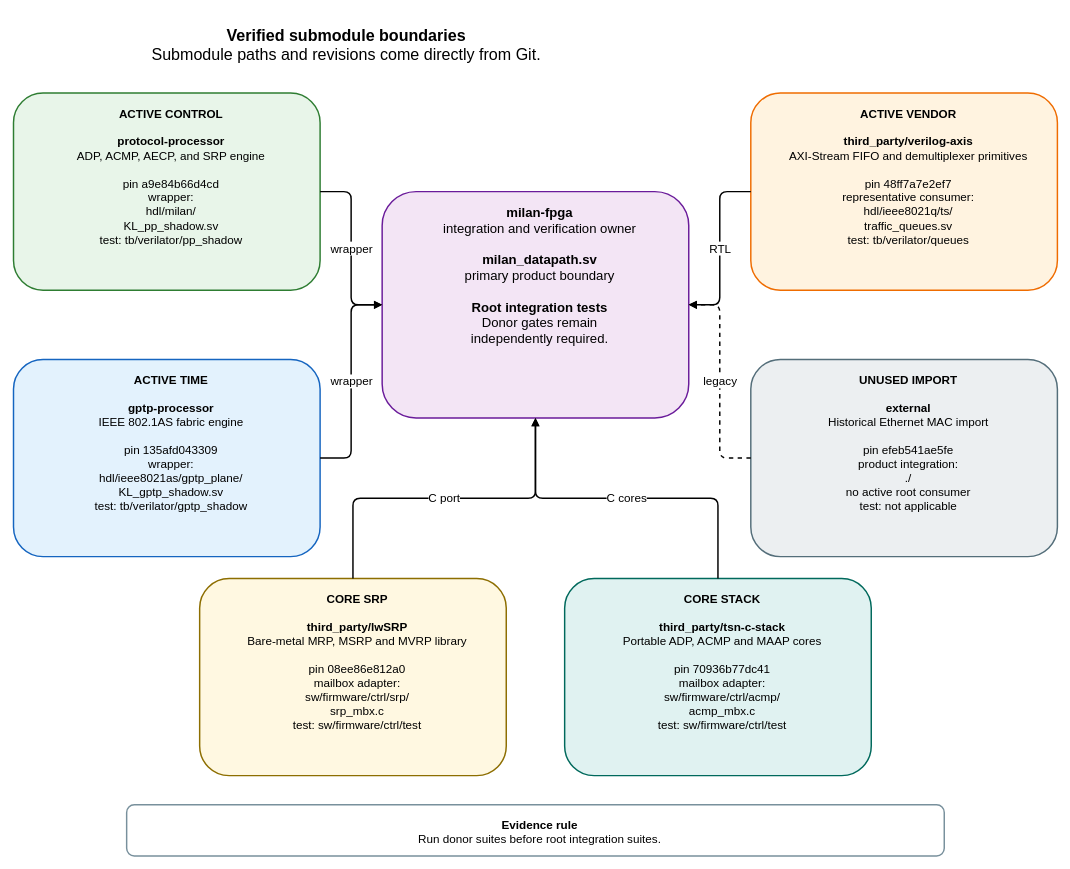
Before: docs/diagrams/submodule_boundaries.drawio in kebag-logic/milan-fpga, a draw.io diagram. Source tidied: cells renumbered, new cells numbered last; positions are measured from the earlier drawing's top-left corner, leaving out a move shared by most shapes. Both pictures are drawn from the tidied source at 73%, with x=0, y=0 at pixel (13, 12).
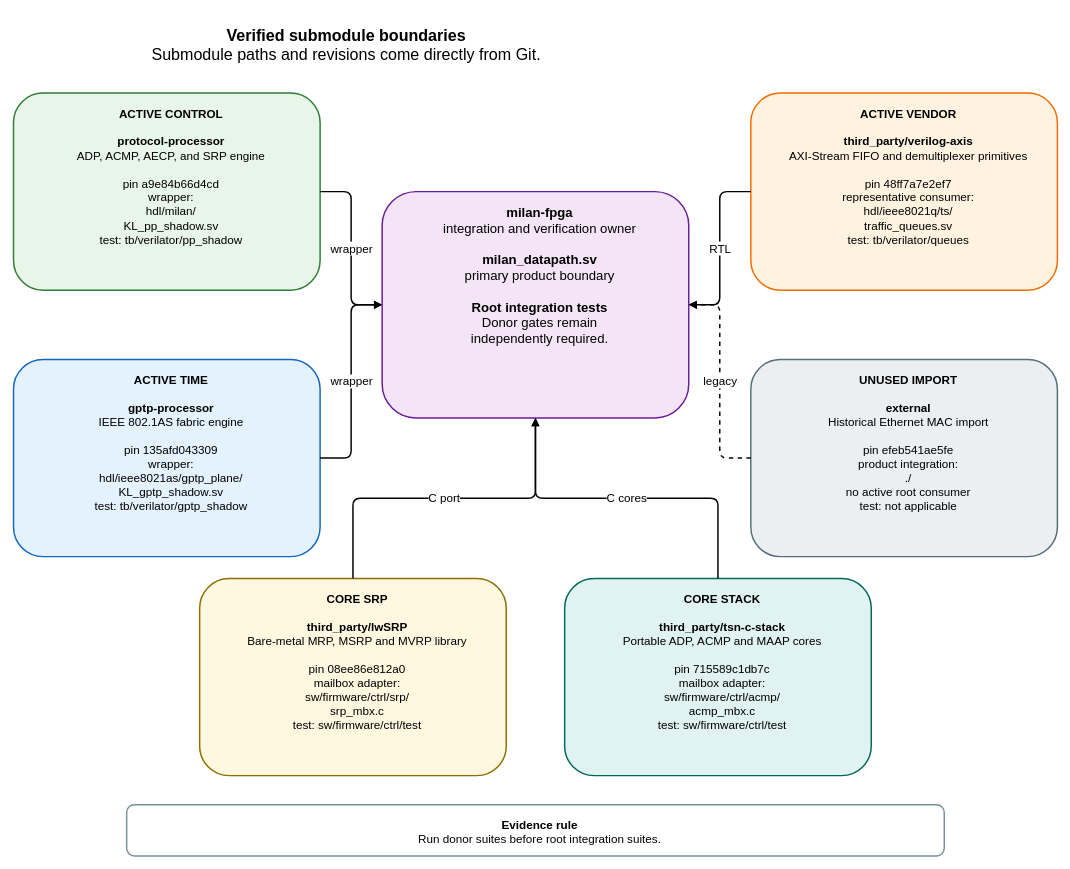
After the change.

Commit message (it also covers changes not shown here):
Name tsn-c-stack 715589c in the submodule reference, its diagram and the firmware's links, and the helpers the size fixture now reaches (#665)

Change to the diagram source:
```diff
@@
 <mxGraphModel>
   <root>
     <mxCell id="0" />
     <mxCell id="1" parent="0" />
     <mxCell id="2" value="&lt;b&gt;Verified submodule boundaries&lt;/b&gt;&lt;br&gt;Submodule paths and revisions come directly from Git." style="rounded=1;whiteSpace=wrap;html=1;verticalAlign=top;spacingTop=12;spacingLeft=12;fontSize=22;fontFamily=Helvetica;fillColor=none;strokeColor=none;strokeWidth=2;" parent="1" vertex="1">
       <mxGeometry width="900" height="65" as="geometry" />
     </mxCell>
     <mxCell id="3" value="&lt;b&gt;milan-fpga&lt;/b&gt;&lt;br&gt;integration and verification owner&lt;br&gt;&lt;br&gt;&lt;b&gt;milan_datapath.sv&lt;/b&gt;&lt;br&gt;primary product boundary&lt;br&gt;&lt;br&gt;&lt;b&gt;Root integration tests&lt;/b&gt;&lt;br&gt;Donor gates remain&lt;br&gt;independently required." style="rounded=1;whiteSpace=wrap;html=1;verticalAlign=top;spacingTop=12;spacingLeft=12;fontSize=18;fontFamily=Helvetica;fillColor=#F3E5F5;strokeColor=#6A1B9A;strokeWidth=2;" parent="1" vertex="1">
       <mxGeometry x="505" y="245" width="420" height="310" as="geometry" />
     </mxCell>
     <mxCell id="4" value="&lt;b&gt;ACTIVE CONTROL&lt;/b&gt;&lt;br&gt;&lt;br&gt;&lt;b&gt;protocol-processor&lt;/b&gt;&lt;br&gt;ADP, ACMP, AECP, and SRP engine&lt;br&gt;&lt;br&gt;pin a9e84b66d4cd&lt;br&gt;wrapper:&lt;br&gt;hdl/milan/&lt;br&gt;KL_pp_shadow.sv&lt;br&gt;test: tb/verilator/pp_shadow" style="rounded=1;whiteSpace=wrap;html=1;verticalAlign=top;spacingTop=12;spacingLeft=12;fontSize=16;fontFamily=Helvetica;fillColor=#E8F5E9;strokeColor=#2E7D32;strokeWidth=2;" parent="1" vertex="1">
       <mxGeometry y="110" width="420" height="270" as="geometry" />
     </mxCell>
     <mxCell id="5" value="&lt;b&gt;ACTIVE TIME&lt;/b&gt;&lt;br&gt;&lt;br&gt;&lt;b&gt;gptp-processor&lt;/b&gt;&lt;br&gt;IEEE 802.1AS fabric engine&lt;br&gt;&lt;br&gt;pin 135afd043309&lt;br&gt;wrapper:&lt;br&gt;hdl/ieee8021as/gptp_plane/&lt;br&gt;KL_gptp_shadow.sv&lt;br&gt;test: tb/verilator/gptp_shadow" style="rounded=1;whiteSpace=wrap;html=1;verticalAlign=top;spacingTop=12;spacingLeft=12;fontSize=16;fontFamily=Helvetica;fillColor=#E3F2FD;strokeColor=#1565C0;strokeWidth=2;" parent="1" vertex="1">
       <mxGeometry y="475" width="420" height="270" as="geometry" />
     </mxCell>
     <mxCell id="6" value="&lt;b&gt;ACTIVE VENDOR&lt;/b&gt;&lt;br&gt;&lt;br&gt;&lt;b&gt;third_party/verilog-axis&lt;/b&gt;&lt;br&gt;AXI-Stream FIFO and demultiplexer primitives&lt;br&gt;&lt;br&gt;pin 48ff7a7e2ef7&lt;br&gt;representative consumer:&lt;br&gt;hdl/ieee8021q/ts/&lt;br&gt;traffic_queues.sv&lt;br&gt;test: tb/verilator/queues" style="rounded=1;whiteSpace=wrap;html=1;verticalAlign=top;spacingTop=12;spacingLeft=12;fontSize=16;fontFamily=Helvetica;fillColor=#FFF3E0;strokeColor=#EF6C00;strokeWidth=2;" parent="1" vertex="1">
       <mxGeometry x="1010" y="110" width="420" height="270" as="geometry" />
     </mxCell>
     <mxCell id="7" value="&lt;b&gt;UNUSED IMPORT&lt;/b&gt;&lt;br&gt;&lt;br&gt;&lt;b&gt;external&lt;/b&gt;&lt;br&gt;Historical Ethernet MAC import&lt;br&gt;&lt;br&gt;pin efeb541ae5fe&lt;br&gt;product integration:&lt;br&gt;./&lt;br&gt;no active root consumer&lt;br&gt;test: not applicable" style="rounded=1;whiteSpace=wrap;html=1;verticalAlign=top;spacingTop=12;spacingLeft=12;fontSize=16;fontFamily=Helvetica;fillColor=#ECEFF1;strokeColor=#546E7A;strokeWidth=2;" parent="1" vertex="1">
       <mxGeometry x="1010" y="475" width="420" height="270" as="geometry" />
     </mxCell>
     <mxCell id="8" value="&lt;b&gt;CORE SRP&lt;/b&gt;&lt;br&gt;&lt;br&gt;&lt;b&gt;third_party/lwSRP&lt;/b&gt;&lt;br&gt;Bare-metal MRP, MSRP and MVRP library&lt;br&gt;&lt;br&gt;pin 08ee86e812a0&lt;br&gt;mailbox adapter:&lt;br&gt;sw/firmware/ctrl/srp/&lt;br&gt;srp_mbx.c&lt;br&gt;test: sw/firmware/ctrl/test" style="rounded=1;whiteSpace=wrap;html=1;verticalAlign=top;spacingTop=12;spacingLeft=12;fontSize=16;fontFamily=Helvetica;fillColor=#FFF8E1;strokeColor=#8D6E00;strokeWidth=2;" parent="1" vertex="1">
       <mxGeometry x="255" y="775" width="420" height="270" as="geometry" />
     </mxCell>
-    <mxCell id="9" value="&lt;b&gt;CORE STACK&lt;/b&gt;&lt;br&gt;&lt;br&gt;&lt;b&gt;third_party/tsn-c-stack&lt;/b&gt;&lt;br&gt;Portable ADP, ACMP and MAAP cores&lt;br&gt;&lt;br&gt;pin 70936b77dc41&lt;br&gt;mailbox adapter:&lt;br&gt;sw/firmware/ctrl/acmp/&lt;br&gt;acmp_mbx.c&lt;br&gt;test: sw/firmware/ctrl/test" style="rounded=1;whiteSpace=wrap;html=1;verticalAlign=top;spacingTop=12;spacingLeft=12;fontSize=16;fontFamily=Helvetica;fillColor=#E0F2F1;strokeColor=#00695C;strokeWidth=2;" parent="1" vertex="1">
+    <mxCell id="9" value="&lt;b&gt;CORE STACK&lt;/b&gt;&lt;br&gt;&lt;br&gt;&lt;b&gt;third_party/tsn-c-stack&lt;/b&gt;&lt;br&gt;Portable ADP, ACMP and MAAP cores&lt;br&gt;&lt;br&gt;pin 715589c1db7c&lt;br&gt;mailbox adapter:&lt;br&gt;sw/firmware/ctrl/acmp/&lt;br&gt;acmp_mbx.c&lt;br&gt;test: sw/firmware/ctrl/test" style="rounded=1;whiteSpace=wrap;html=1;verticalAlign=top;spacingTop=12;spacingLeft=12;fontSize=16;fontFamily=Helvetica;fillColor=#E0F2F1;strokeColor=#00695C;strokeWidth=2;" parent="1" vertex="1">
       <mxGeometry x="755" y="775" width="420" height="270" as="geometry" />
     </mxCell>
     <mxCell id="10" value="wrapper" style="edgeStyle=orthogonalEdgeStyle;rounded=1;jettySize=auto;html=1;endArrow=block;endFill=1;strokeWidth=2;fontSize=16;fontFamily=Helvetica;labelBackgroundColor=#FFFFFF;" parent="1" edge="1" source="4" target="3">
       <mxGeometry relative="1" as="geometry" />
     </mxCell>
     <mxCell id="11" value="wrapper" style="edgeStyle=orthogonalEdgeStyle;rounded=1;jettySize=auto;html=1;endArrow=block;endFill=1;strokeWidth=2;fontSize=16;fontFamily=Helvetica;labelBackgroundColor=#FFFFFF;" parent="1" edge="1" source="5" target="3">
       <mxGeometry relative="1" as="geometry" />
     </mxCell>
     <mxCell id="12" value="RTL" style="edgeStyle=orthogonalEdgeStyle;rounded=1;jettySize=auto;html=1;endArrow=block;endFill=1;strokeWidth=2;fontSize=16;fontFamily=Helvetica;labelBackgroundColor=#FFFFFF;" parent="1" edge="1" source="6" target="3">
       <mxGeometry relative="1" as="geometry" />
     </mxCell>
     <mxCell id="13" value="legacy" style="edgeStyle=orthogonalEdgeStyle;rounded=1;jettySize=auto;html=1;endArrow=block;endFill=1;strokeWidth=2;fontSize=16;fontFamily=Helvetica;labelBackgroundColor=#FFFFFF;dashed=1;" parent="1" edge="1" source="7" target="3">
       <mxGeometry relative="1" as="geometry" />
     </mxCell>
     <mxCell id="14" value="C port" style="edgeStyle=orthogonalEdgeStyle;rounded=1;jettySize=auto;html=1;endArrow=block;endFill=1;strokeWidth=2;fontSize=16;fontFamily=Helvetica;labelBackgroundColor=#FFFFFF;" parent="1" edge="1" source="8" target="3">
       <mxGeometry relative="1" as="geometry" />
     </mxCell>
     <mxCell id="15" value="C cores" style="edgeStyle=orthogonalEdgeStyle;rounded=1;jettySize=auto;html=1;endArrow=block;endFill=1;strokeWidth=2;fontSize=16;fontFamily=Helvetica;labelBackgroundColor=#FFFFFF;" parent="1" edge="1" source="9" target="3">
       <mxGeometry relative="1" as="geometry" />
     </mxCell>
     <mxCell id="16" value="&lt;b&gt;Evidence rule&lt;/b&gt;&lt;br&gt;Run donor suites before root integration suites." style="rounded=1;whiteSpace=wrap;html=1;verticalAlign=top;spacingTop=12;spacingLeft=12;fontSize=16;fontFamily=Helvetica;fillColor=#FFFFFF;strokeColor=#78909C;strokeWidth=2;" parent="1" vertex="1">
       <mxGeometry x="155" y="1085" width="1120" height="70" as="geometry" />
     </mxCell>
   </root>
 </mxGraphModel>
```
